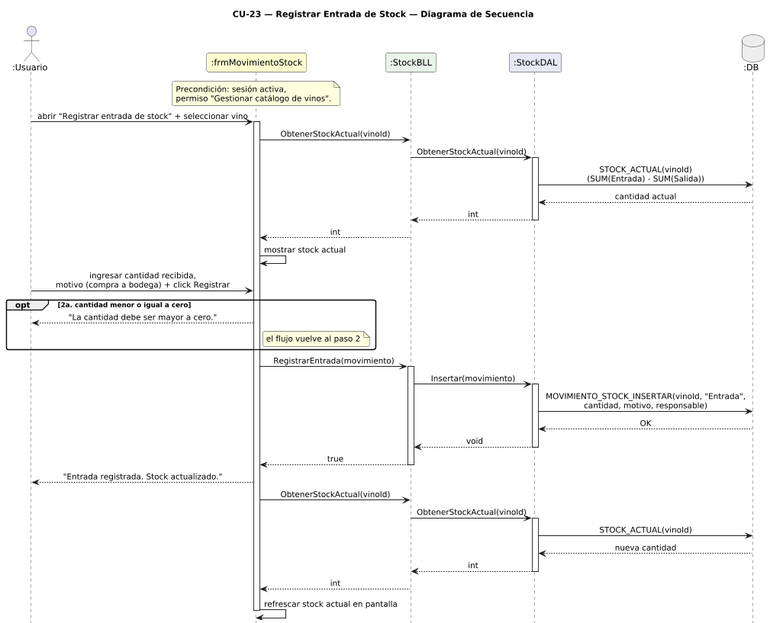
Before: DIAGRAMAS/DiagramaSecuencia_CU23_RegistrarMovimientoStock.png, a diagram exported from PlantUML (Jesifu/club-de-vinos-td).
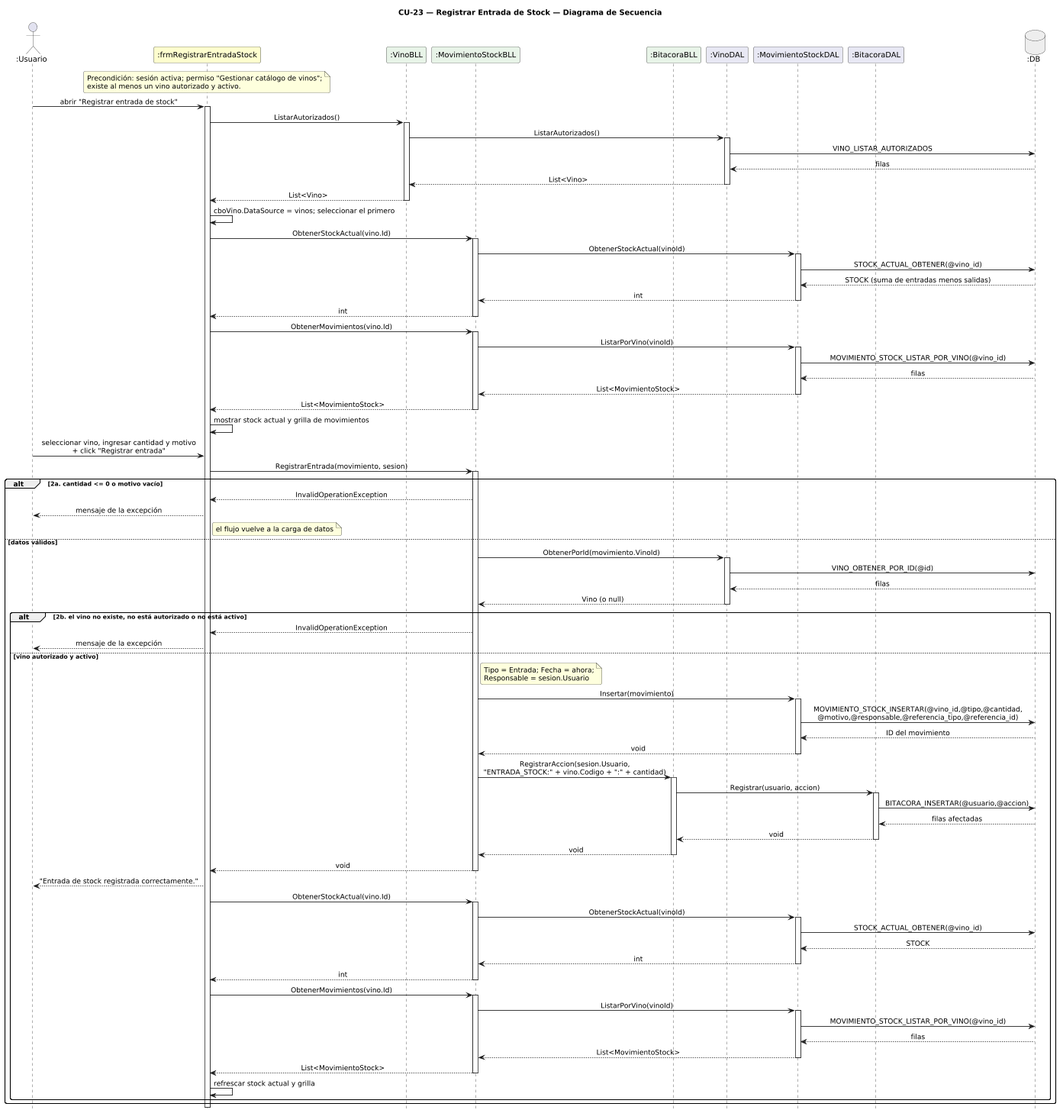
Above is the later version.

What changed in the source:
```diff
@@ -7,58 +7,125 @@
 skinparam sequenceArrowThickness 1.2
 skinparam sequenceMessageAlign center
 hide footbox
-scale 0.8
+scale 0.7
 
-actor       ":Usuario"            as U
-participant ":frmMovimientoStock" as FM #FEFECE
-participant ":StockBLL"           as SB #E8F4E8
-participant ":StockDAL"           as SD #E8E8F4
-database    ":DB"                 as DB #EEEEEE
+actor       ":Usuario"                    as U
+participant ":frmRegistrarEntradaStock"   as FE #FEFECE
+participant ":VinoBLL"                    as VB #E8F4E8
+participant ":MovimientoStockBLL"         as MB #E8F4E8
+participant ":BitacoraBLL"                as BB #E8F4E8
+participant ":VinoDAL"                    as VD #E8E8F4
+participant ":MovimientoStockDAL"         as MD #E8E8F4
+participant ":BitacoraDAL"                as TD #E8E8F4
+database    ":DB"                         as DB #EEEEEE
 
-note over FM
-  Precondición: sesión activa,
-  permiso "Gestionar catálogo de vinos".
+note over FE
+  Precondición: sesión activa; permiso "Gestionar catálogo de vinos";
+  existe al menos un vino autorizado y activo.
 end note
 
-U -> FM : abrir "Registrar entrada de stock" + seleccionar vino
-activate FM
-FM -> SB : ObtenerStockActual(vinoId)
-SB -> SD : ObtenerStockActual(vinoId)
-activate SD
-SD -> DB : STOCK_ACTUAL(vinoId)\n(SUM(Entrada) - SUM(Salida))
-DB --> SD : cantidad actual
-SD --> SB : int
-deactivate SD
-SB --> FM : int
-FM -> FM : mostrar stock actual
+U -> FE : abrir "Registrar entrada de stock"
+activate FE
+FE -> VB : ListarAutorizados()
+activate VB
+VB -> VD : ListarAutorizados()
+activate VD
+VD -> DB : VINO_LISTAR_AUTORIZADOS
+DB --> VD : filas
+VD --> VB : List<Vino>
+deactivate VD
+VB --> FE : List<Vino>
+deactivate VB
+FE -> FE : cboVino.DataSource = vinos; seleccionar el primero
 
-U -> FM : ingresar cantidad recibida,\nmotivo (compra a bodega) + click Registrar
+FE -> MB : ObtenerStockActual(vino.Id)
+activate MB
+MB -> MD : ObtenerStockActual(vinoId)
+activate MD
+MD -> DB : STOCK_ACTUAL_OBTENER(@vino_id)
+DB --> MD : STOCK (suma de entradas menos salidas)
+MD --> MB : int
+deactivate MD
+MB --> FE : int
+deactivate MB
 
-opt 2a. cantidad menor o igual a cero
-  FM --> U : "La cantidad debe ser mayor a cero."
-  note right of FM : el flujo vuelve al paso 2
+FE -> MB : ObtenerMovimientos(vino.Id)
+activate MB
+MB -> MD : ListarPorVino(vinoId)
+activate MD
+MD -> DB : MOVIMIENTO_STOCK_LISTAR_POR_VINO(@vino_id)
+DB --> MD : filas
+MD --> MB : List<MovimientoStock>
+deactivate MD
+MB --> FE : List<MovimientoStock>
+deactivate MB
+FE -> FE : mostrar stock actual y grilla de movimientos
+
+U -> FE : seleccionar vino, ingresar cantidad y motivo\n+ click "Registrar entrada"
+FE -> MB : RegistrarEntrada(movimiento, sesion)
+activate MB
+
+alt 2a. cantidad <= 0 o motivo vacío
+  MB --> FE : InvalidOperationException
+  FE --> U : mensaje de la excepción
+  note right of FE : el flujo vuelve a la carga de datos
+else datos válidos
+  MB -> VD : ObtenerPorId(movimiento.VinoId)
+  activate VD
+  VD -> DB : VINO_OBTENER_POR_ID(@id)
+  DB --> VD : filas
+  VD --> MB : Vino (o null)
+  deactivate VD
+
+  alt 2b. el vino no existe, no está autorizado o no está activo
+    MB --> FE : InvalidOperationException
+    FE --> U : mensaje de la excepción
+  else vino autorizado y activo
+    note right of MB : Tipo = Entrada; Fecha = ahora;\nResponsable = sesion.Usuario
+    MB -> MD : Insertar(movimiento)
+    activate MD
+    MD -> DB : MOVIMIENTO_STOCK_INSERTAR(@vino_id,@tipo,@cantidad,\n@motivo,@responsable,@referencia_tipo,@referencia_id)
+    DB --> MD : ID del movimiento
+    MD --> MB : void
+    deactivate MD
+    MB -> BB : RegistrarAccion(sesion.Usuario,\n"ENTRADA_STOCK:" + vino.Codigo + ":" + cantidad)
+    activate BB
+    BB -> TD : Registrar(usuario, accion)
+    activate TD
+    TD -> DB : BITACORA_INSERTAR(@usuario,@accion)
+    DB --> TD : filas afectadas
+    TD --> BB : void
+    deactivate TD
+    BB --> MB : void
+    deactivate BB
+    MB --> FE : void
+    deactivate MB
+    FE --> U : "Entrada de stock registrada correctamente."
+
+    FE -> MB : ObtenerStockActual(vino.Id)
+    activate MB
+    MB -> MD : ObtenerStockActual(vinoId)
+    activate MD
+    MD -> DB : STOCK_ACTUAL_OBTENER(@vino_id)
+    DB --> MD : STOCK
+    MD --> MB : int
+    deactivate MD
+    MB --> FE : int
+    deactivate MB
+
+    FE -> MB : ObtenerMovimientos(vino.Id)
+    activate MB
+    MB -> MD : ListarPorVino(vinoId)
+    activate MD
+    MD -> DB : MOVIMIENTO_STOCK_LISTAR_POR_VINO(@vino_id)
+    DB --> MD : filas
+    MD --> MB : List<MovimientoStock>
+    deactivate MD
+    MB --> FE : List<MovimientoStock>
+    deactivate MB
+    FE -> FE : refrescar stock actual y grilla
+  end
 end
-
-FM -> SB : RegistrarEntrada(movimiento)
-activate SB
-SB -> SD : Insertar(movimiento)
-activate SD
-SD -> DB : MOVIMIENTO_STOCK_INSERTAR(vinoId, "Entrada",\ncantidad, motivo, responsable)
-DB --> SD : OK
-SD --> SB : void
-deactivate SD
-SB --> FM : true
-deactivate SB
-FM --> U : "Entrada registrada. Stock actualizado."
-FM -> SB : ObtenerStockActual(vinoId)
-SB -> SD : ObtenerStockActual(vinoId)
-activate SD
-SD -> DB : STOCK_ACTUAL(vinoId)
-DB --> SD : nueva cantidad
-SD --> SB : int
-deactivate SD
-SB --> FM : int
-FM -> FM : refrescar stock actual en pantalla
-deactivate FM
+deactivate FE
 
 @enduml
```
